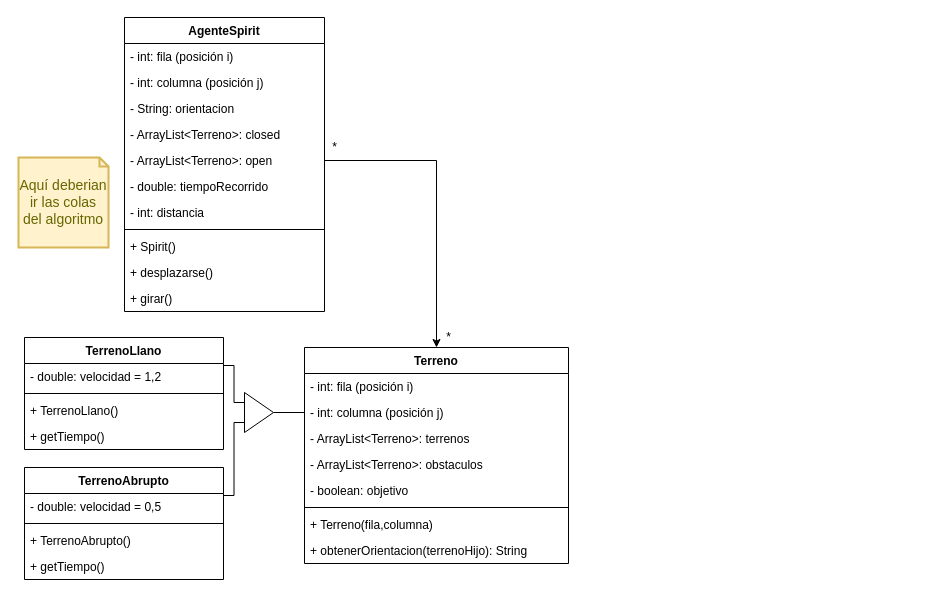
This is Modelamiento/modelo.drawio from fibbs-bs/Spirit-BestFirstSearch, a draw.io file, before an edit. Source tidied: cells renumbered, new cells numbered last; positions are measured from the earlier drawing's top-left corner, leaving out a move shared by most shapes. Both pictures are drawn from the tidied source at 100%, with x=0, y=0 at pixel (18, 17).
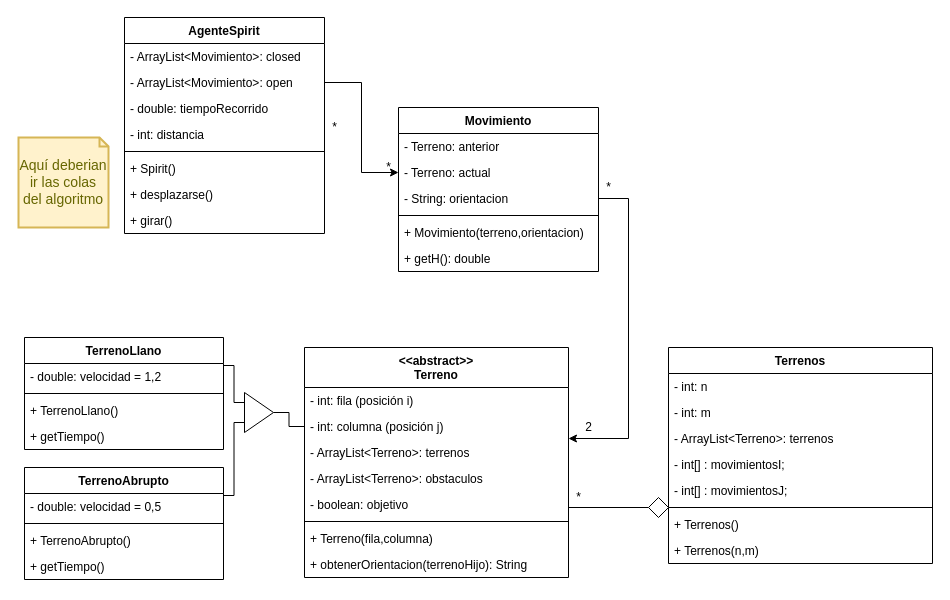
Above is the later version.

Commit message (it also covers changes not shown here):
Agregando movimiento

What changed in the source:
```diff
@@
-    <mxCell id="2" value="Terreno" style="swimlane;fontStyle=1;align=center;verticalAlign=top;horizontal=1;startSize=26;" parent="1" vertex="1">
-      <mxGeometry x="286" y="330" width="264" height="216" as="geometry" />
+    <mxCell id="2" value="&lt;&lt;abstract&gt;&gt;&#10;Terreno" style="swimlane;fontStyle=1;align=center;verticalAlign=top;horizontal=1;startSize=40;" parent="1" vertex="1">
+      <mxGeometry x="286" y="330" width="264" height="230" as="geometry" />
     </mxCell>
     <mxCell id="3" value="- int: fila (posición i)" style="text;strokeColor=none;fillColor=none;align=left;verticalAlign=top;spacingLeft=4;spacingRight=4;overflow=hidden;" parent="2" vertex="1">
-      <mxGeometry y="26" width="264" height="26" as="geometry" />
+      <mxGeometry y="40" width="264" height="26" as="geometry" />
     </mxCell>
     <mxCell id="4" value="- int: columna (posición j)" style="text;strokeColor=none;fillColor=none;align=left;verticalAlign=top;spacingLeft=4;spacingRight=4;overflow=hidden;points=[[0,0.5],[1,0.5]];portConstraint=eastwest;" parent="2" vertex="1">
-      <mxGeometry y="52" width="264" height="26" as="geometry" />
+      <mxGeometry y="66" width="264" height="26" as="geometry" />
     </mxCell>
     <mxCell id="5" value="- ArrayList&lt;Terreno&gt;: terrenos" style="text;strokeColor=none;fillColor=none;align=left;verticalAlign=top;spacingLeft=4;spacingRight=4;overflow=hidden;" parent="2" vertex="1">
-      <mxGeometry y="78" width="264" height="26" as="geometry" />
+      <mxGeometry y="92" width="264" height="26" as="geometry" />
     </mxCell>
     <mxCell id="6" value="- ArrayList&lt;Terreno&gt;: obstaculos" style="text;strokeColor=none;fillColor=none;align=left;verticalAlign=top;spacingLeft=4;spacingRight=4;overflow=hidden;" parent="2" vertex="1">
-      <mxGeometry y="104" width="264" height="26" as="geometry" />
+      <mxGeometry y="118" width="264" height="26" as="geometry" />
     </mxCell>
     <mxCell id="7" value="- boolean: objetivo" style="text;strokeColor=none;fillColor=none;align=left;verticalAlign=top;spacingLeft=4;spacingRight=4;overflow=hidden;" parent="2" vertex="1">
-      <mxGeometry y="130" width="264" height="26" as="geometry" />
+      <mxGeometry y="144" width="264" height="26" as="geometry" />
     </mxCell>
     <mxCell id="8" style="line;strokeWidth=1;fillColor=none;align=left;verticalAlign=middle;spacingTop=-1;spacingLeft=3;spacingRight=3;labelPosition=right;" parent="2" vertex="1">
-      <mxGeometry y="156" width="264" height="8" as="geometry" />
+      <mxGeometry y="170" width="264" height="8" as="geometry" />
     </mxCell>
     <mxCell id="9" value="+ Terreno(fila,columna)" style="text;strokeColor=none;fillColor=none;align=left;verticalAlign=top;spacingLeft=4;spacingRight=4;overflow=hidden;" parent="2" vertex="1">
-      <mxGeometry y="164" width="264" height="26" as="geometry" />
+      <mxGeometry y="178" width="264" height="26" as="geometry" />
     </mxCell>
     <mxCell id="10" value="+ obtenerOrientacion(terrenoHijo): String" style="text;strokeColor=none;fillColor=none;align=left;verticalAlign=top;spacingLeft=4;spacingRight=4;overflow=hidden;" parent="2" vertex="1">
-      <mxGeometry y="190" width="264" height="26" as="geometry" />
+      <mxGeometry y="204" width="264" height="26" as="geometry" />
     </mxCell>
     <mxCell id="11" value="AgenteSpirit" style="swimlane;fontStyle=1;align=center;verticalAlign=top;horizontal=1;startSize=26;" parent="1" vertex="1">
-      <mxGeometry x="106" width="200" height="294" as="geometry" />
+      <mxGeometry x="106" width="200" height="216" as="geometry" />
     </mxCell>
-    <mxCell id="12" value="- int: fila (posición i)" style="text;strokeColor=none;fillColor=none;align=left;verticalAlign=top;spacingLeft=4;spacingRight=4;overflow=hidden;" parent="11" vertex="1">
-      <mxGeometry y="26" width="200" height="26" as="geometry" />
-    </mxCell>
-    <mxCell id="13" value="- int: columna (posición j)" style="text;strokeColor=none;fillColor=none;align=left;verticalAlign=top;spacingLeft=4;spacingRight=4;overflow=hidden;" parent="11" vertex="1">
-      <mxGeometry y="52" width="200" height="26" as="geometry" />
-    </mxCell>
-    <mxCell id="14" value="- String: orientacion" style="text;strokeColor=none;fillColor=none;align=left;verticalAlign=top;spacingLeft=4;spacingRight=4;overflow=hidden;points=[[0,0.5],[1,0.5]];portConstraint=eastwest;" parent="11" vertex="1">
-      <mxGeometry y="78" width="200" height="26" as="geometry" />
-    </mxCell>
-    <mxCell id="15" value="- ArrayList&lt;Terreno&gt;: closed" style="text;strokeColor=none;fillColor=none;align=left;verticalAlign=top;spacingLeft=4;spacingRight=4;overflow=hidden;" parent="11" vertex="1">
-      <mxGeometry y="104" width="200" height="26" as="geometry" />
+    <mxCell id="15" value="- ArrayList&lt;Movimiento&gt;: closed" style="text;strokeColor=none;fillColor=none;align=left;verticalAlign=top;spacingLeft=4;spacingRight=4;overflow=hidden;" parent="11" vertex="1">
+      <mxGeometry y="26" width="200" height="26" as="geometry" />
     </mxCell>
-    <mxCell id="16" value="- ArrayList&lt;Terreno&gt;: open" style="text;strokeColor=none;fillColor=none;align=left;verticalAlign=top;spacingLeft=4;spacingRight=4;overflow=hidden;points=[[0,0.5],[1,0.5]];portConstraint=eastwest;" parent="11" vertex="1">
-      <mxGeometry y="130" width="200" height="26" as="geometry" />
+    <mxCell id="16" value="- ArrayList&lt;Movimiento&gt;: open" style="text;strokeColor=none;fillColor=none;align=left;verticalAlign=top;spacingLeft=4;spacingRight=4;overflow=hidden;points=[[0,0.5],[1,0.5]];portConstraint=eastwest;" parent="11" vertex="1">
+      <mxGeometry y="52" width="200" height="26" as="geometry" />
     </mxCell>
     <mxCell id="17" value="- double: tiempoRecorrido" style="text;strokeColor=none;fillColor=none;align=left;verticalAlign=top;spacingLeft=4;spacingRight=4;overflow=hidden;" parent="11" vertex="1">
-      <mxGeometry y="156" width="200" height="26" as="geometry" />
+      <mxGeometry y="78" width="200" height="26" as="geometry" />
     </mxCell>
     <mxCell id="18" value="- int: distancia" style="text;strokeColor=none;fillColor=none;align=left;verticalAlign=top;spacingLeft=4;spacingRight=4;overflow=hidden;" parent="11" vertex="1">
-      <mxGeometry y="182" width="200" height="26" as="geometry" />
+      <mxGeometry y="104" width="200" height="26" as="geometry" />
     </mxCell>
     <mxCell id="19" style="line;strokeWidth=1;fillColor=none;align=left;verticalAlign=middle;spacingTop=-1;spacingLeft=3;spacingRight=3;labelPosition=right;" parent="11" vertex="1">
-      <mxGeometry y="208" width="200" height="8" as="geometry" />
+      <mxGeometry y="130" width="200" height="8" as="geometry" />
     </mxCell>
     <mxCell id="20" value="+ Spirit()" style="text;strokeColor=none;fillColor=none;align=left;verticalAlign=top;spacingLeft=4;spacingRight=4;overflow=hidden;" parent="11" vertex="1">
-      <mxGeometry y="216" width="200" height="26" as="geometry" />
+      <mxGeometry y="138" width="200" height="26" as="geometry" />
     </mxCell>
     <mxCell id="21" value="+ desplazarse()" style="text;strokeColor=none;fillColor=none;align=left;verticalAlign=top;spacingLeft=4;spacingRight=4;overflow=hidden;" parent="11" vertex="1">
-      <mxGeometry y="242" width="200" height="26" as="geometry" />
+      <mxGeometry y="164" width="200" height="26" as="geometry" />
     </mxCell>
     <mxCell id="22" value="+ girar()" style="text;strokeColor=none;fillColor=none;align=left;verticalAlign=top;spacingLeft=4;spacingRight=4;overflow=hidden;" parent="11" vertex="1">
-      <mxGeometry y="268" width="200" height="26" as="geometry" />
+      <mxGeometry y="190" width="200" height="26" as="geometry" />
     </mxCell>
     <mxCell id="23" value="Aquí deberian ir las colas del algoritmo" style="shape=note;strokeWidth=2;fontSize=14;size=9;whiteSpace=wrap;html=1;fillColor=#fff2cc;strokeColor=#d6b656;fontColor=#666600;" parent="1" vertex="1">
-      <mxGeometry y="140" width="90" height="90" as="geometry" />
+      <mxGeometry y="120" width="90" height="90" as="geometry" />
     </mxCell>
@@
-    <mxCell id="38" style="edgeStyle=orthogonalEdgeStyle;rounded=0;html=1;exitX=1;exitY=0.5;exitDx=0;exitDy=0;entryX=0.5;entryY=0;entryDx=0;entryDy=0;endArrow=classic;endFill=1;" parent="1" edge="1" source="16" target="2">
+    <mxCell id="38" style="edgeStyle=orthogonalEdgeStyle;rounded=0;html=1;exitX=1;exitY=0.5;exitDx=0;exitDy=0;entryX=0;entryY=0.5;entryDx=0;entryDy=0;endArrow=classic;endFill=1;" parent="1" edge="1" source="16" target="43">
       <mxGeometry relative="1" as="geometry" />
     </mxCell>
     <mxCell id="39" value="*" style="text;html=1;align=center;verticalAlign=middle;strokeColor=none;fillColor=none;" parent="1" vertex="1">
-      <mxGeometry x="420" y="310" width="20" height="20" as="geometry" />
+      <mxGeometry x="360" y="140" width="20" height="20" as="geometry" />
     </mxCell>
     <mxCell id="40" value="*" style="text;html=1;align=center;verticalAlign=middle;strokeColor=none;fillColor=none;" parent="1" vertex="1">
-      <mxGeometry x="306" y="120" width="20" height="20" as="geometry" />
+      <mxGeometry x="306" y="100" width="20" height="20" as="geometry" />
     </mxCell>
+    <mxCell id="41" value="Movimiento" style="swimlane;fontStyle=1;align=center;verticalAlign=top;horizontal=1;startSize=26;" parent="1" vertex="1">
+      <mxGeometry x="380" y="90" width="200" height="164" as="geometry" />
+    </mxCell>
+    <mxCell id="42" value="- Terreno: anterior" style="text;strokeColor=none;fillColor=none;align=left;verticalAlign=top;spacingLeft=4;spacingRight=4;overflow=hidden;" parent="41" vertex="1">
+      <mxGeometry y="26" width="200" height="26" as="geometry" />
+    </mxCell>
+    <mxCell id="43" value="- Terreno: actual" style="text;strokeColor=none;fillColor=none;align=left;verticalAlign=top;spacingLeft=4;spacingRight=4;overflow=hidden;points=[[0,0.5],[1,0.5]];portConstraint=eastwest;" parent="41" vertex="1">
+      <mxGeometry y="52" width="200" height="26" as="geometry" />
+    </mxCell>
+    <mxCell id="14" value="- String: orientacion" style="text;strokeColor=none;fillColor=none;align=left;verticalAlign=top;spacingLeft=4;spacingRight=4;overflow=hidden;points=[[0,0.5],[1,0.5]];portConstraint=eastwest;" parent="41" vertex="1">
+      <mxGeometry y="78" width="200" height="26" as="geometry" />
+    </mxCell>
+    <mxCell id="44" style="line;strokeWidth=1;fillColor=none;align=left;verticalAlign=middle;spacingTop=-1;spacingLeft=3;spacingRight=3;labelPosition=right;" parent="41" vertex="1">
+      <mxGeometry y="104" width="200" height="8" as="geometry" />
+    </mxCell>
+    <mxCell id="45" value="+ Movimiento(terreno,orientacion)" style="text;strokeColor=none;fillColor=none;align=left;verticalAlign=top;spacingLeft=4;spacingRight=4;overflow=hidden;" parent="41" vertex="1">
+      <mxGeometry y="112" width="200" height="26" as="geometry" />
+    </mxCell>
+    <mxCell id="46" value="+ getH(): double" style="text;strokeColor=none;fillColor=none;align=left;verticalAlign=top;spacingLeft=4;spacingRight=4;overflow=hidden;" parent="41" vertex="1">
+      <mxGeometry y="138" width="200" height="26" as="geometry" />
+    </mxCell>
+    <mxCell id="47" style="edgeStyle=orthogonalEdgeStyle;html=1;rounded=0;exitX=1;exitY=0.5;exitDx=0;exitDy=0;" parent="1" edge="1" source="14">
+      <mxGeometry relative="1" as="geometry">
+        <mxPoint x="550" y="421" as="targetPoint" />
+        <Array as="points">
+          <mxPoint x="610" y="181" />
+          <mxPoint x="610" y="421" />
+        </Array>
+      </mxGeometry>
+    </mxCell>
+    <mxCell id="48" value="2" style="text;html=1;align=center;verticalAlign=middle;strokeColor=none;fillColor=none;" parent="1" vertex="1">
+      <mxGeometry x="560" y="400" width="20" height="20" as="geometry" />
+    </mxCell>
+    <mxCell id="49" value="Terrenos" style="swimlane;fontStyle=1;align=center;verticalAlign=top;horizontal=1;startSize=26;" parent="1" vertex="1">
+      <mxGeometry x="650" y="330" width="264" height="216" as="geometry" />
+    </mxCell>
+    <mxCell id="50" value="- int: n" style="text;strokeColor=none;fillColor=none;align=left;verticalAlign=top;spacingLeft=4;spacingRight=4;overflow=hidden;" parent="49" vertex="1">
+      <mxGeometry y="26" width="264" height="26" as="geometry" />
+    </mxCell>
+    <mxCell id="51" value="- int: m" style="text;strokeColor=none;fillColor=none;align=left;verticalAlign=top;spacingLeft=4;spacingRight=4;overflow=hidden;" parent="49" vertex="1">
+      <mxGeometry y="52" width="264" height="26" as="geometry" />
+    </mxCell>
+    <mxCell id="52" value="- ArrayList&lt;Terreno&gt;: terrenos" style="text;strokeColor=none;fillColor=none;align=left;verticalAlign=top;spacingLeft=4;spacingRight=4;overflow=hidden;" parent="49" vertex="1">
+      <mxGeometry y="78" width="264" height="26" as="geometry" />
+    </mxCell>
+    <mxCell id="53" value="- int[] : movimientosI;" style="text;strokeColor=none;fillColor=none;align=left;verticalAlign=top;spacingLeft=4;spacingRight=4;overflow=hidden;" parent="49" vertex="1">
+      <mxGeometry y="104" width="264" height="26" as="geometry" />
+    </mxCell>
+    <mxCell id="54" value="- int[] : movimientosJ;" style="text;strokeColor=none;fillColor=none;align=left;verticalAlign=top;spacingLeft=4;spacingRight=4;overflow=hidden;" parent="49" vertex="1">
+      <mxGeometry y="130" width="264" height="26" as="geometry" />
+    </mxCell>
+    <mxCell id="55" style="line;strokeWidth=1;fillColor=none;align=left;verticalAlign=middle;spacingTop=-1;spacingLeft=3;spacingRight=3;labelPosition=right;" parent="49" vertex="1">
+      <mxGeometry y="156" width="264" height="8" as="geometry" />
+    </mxCell>
+    <mxCell id="56" value="+ Terrenos()" style="text;strokeColor=none;fillColor=none;align=left;verticalAlign=top;spacingLeft=4;spacingRight=4;overflow=hidden;" parent="49" vertex="1">
+      <mxGeometry y="164" width="264" height="26" as="geometry" />
+    </mxCell>
+    <mxCell id="57" value="+ Terrenos(n,m)" style="text;strokeColor=none;fillColor=none;align=left;verticalAlign=top;spacingLeft=4;spacingRight=4;overflow=hidden;" parent="49" vertex="1">
+      <mxGeometry y="190" width="264" height="26" as="geometry" />
+    </mxCell>
+    <mxCell id="58" style="edgeStyle=none;html=1;exitX=0;exitY=0.5;exitDx=0;exitDy=0;endArrow=none;endFill=0;" parent="1" edge="1" source="59">
+      <mxGeometry relative="1" as="geometry">
+        <mxPoint x="550" y="490" as="targetPoint" />
+      </mxGeometry>
+    </mxCell>
+    <mxCell id="59" style="rhombus;whiteSpace=wrap;html=1;" parent="1" vertex="1">
+      <mxGeometry x="630" y="480" width="20" height="20" as="geometry" />
+    </mxCell>
+    <mxCell id="60" value="*" style="text;html=1;align=center;verticalAlign=middle;strokeColor=none;fillColor=none;" parent="1" vertex="1">
+      <mxGeometry x="550" y="470" width="20" height="20" as="geometry" />
+    </mxCell>
+    <mxCell id="61" value="*" style="text;html=1;align=center;verticalAlign=middle;strokeColor=none;fillColor=none;" parent="1" vertex="1">
+      <mxGeometry x="580" y="160" width="20" height="20" as="geometry" />
+    </mxCell>
```
